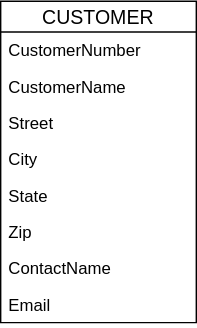
Earlier version of the draw.io export Sixth Diagram.svg (mhsn06/projectA-database). Source tidied: cells renumbered, new cells last; positions are measured from the earlier drawing's top-left corner, leaving out a move shared by most shapes. Its diagram source:
```xml
<mxGraphModel>
  <root>
    <mxCell id="0" />
    <mxCell id="1" parent="0" />
    <mxCell id="2" value="CUSTOMER" style="swimlane;fontStyle=0;horizontal=1;startSize=22;fillColor=none;swimlaneFillColor=#ffffff;align=center;fontSize=14;" parent="1" vertex="1">
      <mxGeometry width="140" height="230" as="geometry" />
    </mxCell>
    <mxCell id="3" value="CustomerNumber&#10;&#10;&#10;&#10;&#10;&#10;&#10;" style="text;strokeColor=none;fillColor=none;spacingLeft=4;spacingRight=4;overflow=hidden;fontSize=12;" parent="2" vertex="1">
      <mxGeometry y="22" width="140" height="26" as="geometry" />
    </mxCell>
    <mxCell id="4" value="CustomerName&#10;&#10;" style="text;strokeColor=none;fillColor=none;spacingLeft=4;spacingRight=4;overflow=hidden;fontSize=12;" parent="2" vertex="1">
      <mxGeometry y="48" width="140" height="26" as="geometry" />
    </mxCell>
    <mxCell id="5" value="Street" style="text;strokeColor=none;fillColor=none;spacingLeft=4;spacingRight=4;overflow=hidden;fontSize=12;" parent="2" vertex="1">
      <mxGeometry y="74" width="140" height="26" as="geometry" />
    </mxCell>
    <mxCell id="6" value="City" style="text;strokeColor=none;fillColor=none;spacingLeft=4;spacingRight=4;overflow=hidden;fontSize=12;" parent="2" vertex="1">
      <mxGeometry y="100" width="140" height="26" as="geometry" />
    </mxCell>
    <mxCell id="7" value="State" style="text;strokeColor=none;fillColor=none;spacingLeft=4;spacingRight=4;overflow=hidden;fontSize=12;" parent="2" vertex="1">
      <mxGeometry y="126" width="140" height="26" as="geometry" />
    </mxCell>
    <mxCell id="8" value="Zip" style="text;strokeColor=none;fillColor=none;spacingLeft=4;spacingRight=4;overflow=hidden;fontSize=12;" parent="2" vertex="1">
      <mxGeometry y="152" width="140" height="26" as="geometry" />
    </mxCell>
    <mxCell id="9" value="ContactName" style="text;strokeColor=none;fillColor=none;spacingLeft=4;spacingRight=4;overflow=hidden;fontSize=12;" parent="2" vertex="1">
      <mxGeometry y="178" width="140" height="26" as="geometry" />
    </mxCell>
    <mxCell id="10" value="Email" style="text;strokeColor=none;fillColor=none;spacingLeft=4;spacingRight=4;overflow=hidden;fontSize=12;" parent="2" vertex="1">
      <mxGeometry y="204" width="140" height="26" as="geometry" />
    </mxCell>
  </root>
</mxGraphModel>
```
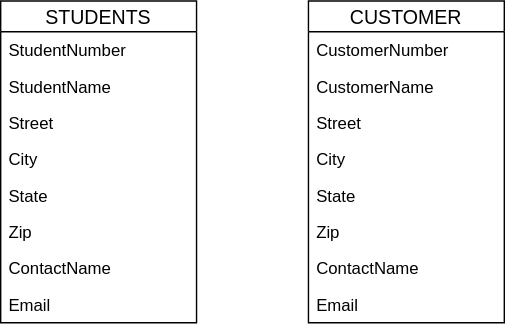
Above is the later version.

Commit message:
ki je banaisi diagram

Change to the diagram source:
```diff
@@ -29,5 +29,32 @@
     <mxCell id="10" value="Email" style="text;strokeColor=none;fillColor=none;spacingLeft=4;spacingRight=4;overflow=hidden;fontSize=12;" parent="2" vertex="1">
       <mxGeometry y="204" width="140" height="26" as="geometry" />
     </mxCell>
+    <mxCell id="11" value="STUDENTS" style="swimlane;fontStyle=0;horizontal=1;startSize=22;fillColor=none;swimlaneFillColor=#ffffff;align=center;fontSize=14;" parent="1" vertex="1">
+      <mxGeometry x="-220" width="140" height="230" as="geometry" />
+    </mxCell>
+    <mxCell id="12" value="StudentNumber" style="text;strokeColor=none;fillColor=none;spacingLeft=4;spacingRight=4;overflow=hidden;fontSize=12;" parent="11" vertex="1">
+      <mxGeometry y="22" width="140" height="26" as="geometry" />
+    </mxCell>
+    <mxCell id="13" value="StudentName" style="text;strokeColor=none;fillColor=none;spacingLeft=4;spacingRight=4;overflow=hidden;fontSize=12;" parent="11" vertex="1">
+      <mxGeometry y="48" width="140" height="26" as="geometry" />
+    </mxCell>
+    <mxCell id="14" value="Street" style="text;strokeColor=none;fillColor=none;spacingLeft=4;spacingRight=4;overflow=hidden;fontSize=12;" parent="11" vertex="1">
+      <mxGeometry y="74" width="140" height="26" as="geometry" />
+    </mxCell>
+    <mxCell id="15" value="City" style="text;strokeColor=none;fillColor=none;spacingLeft=4;spacingRight=4;overflow=hidden;fontSize=12;" parent="11" vertex="1">
+      <mxGeometry y="100" width="140" height="26" as="geometry" />
+    </mxCell>
+    <mxCell id="16" value="State" style="text;strokeColor=none;fillColor=none;spacingLeft=4;spacingRight=4;overflow=hidden;fontSize=12;" parent="11" vertex="1">
+      <mxGeometry y="126" width="140" height="26" as="geometry" />
+    </mxCell>
+    <mxCell id="17" value="Zip" style="text;strokeColor=none;fillColor=none;spacingLeft=4;spacingRight=4;overflow=hidden;fontSize=12;" parent="11" vertex="1">
+      <mxGeometry y="152" width="140" height="26" as="geometry" />
+    </mxCell>
+    <mxCell id="18" value="ContactName" style="text;strokeColor=none;fillColor=none;spacingLeft=4;spacingRight=4;overflow=hidden;fontSize=12;" parent="11" vertex="1">
+      <mxGeometry y="178" width="140" height="26" as="geometry" />
+    </mxCell>
+    <mxCell id="19" value="Email" style="text;strokeColor=none;fillColor=none;spacingLeft=4;spacingRight=4;overflow=hidden;fontSize=12;" parent="11" vertex="1">
+      <mxGeometry y="204" width="140" height="26" as="geometry" />
+    </mxCell>
   </root>
 </mxGraphModel>
```
